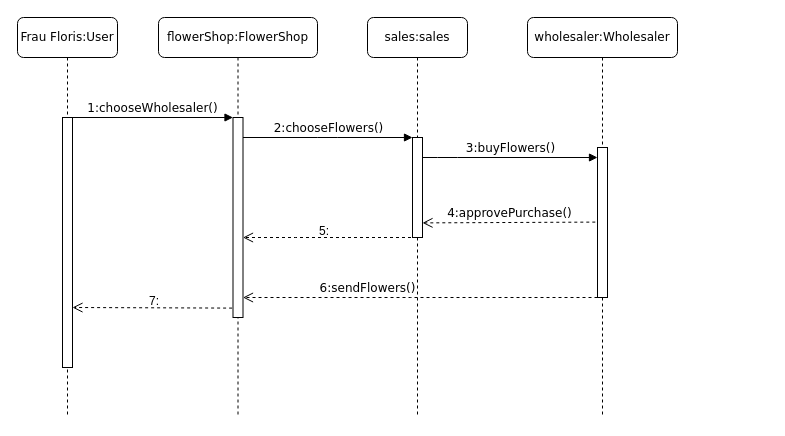
Before: src/main/asciidoc/models/analysis/sequencediagram101.drawio in mrEkso/Flower-Shop-Management-System, a draw.io diagram. Source tidied: cells renumbered, new cells numbered last; positions are measured from the earlier drawing's top-left corner, leaving out a move shared by most shapes. Both pictures are drawn from the tidied source at 100%, with x=0, y=0 at pixel (17, 17).
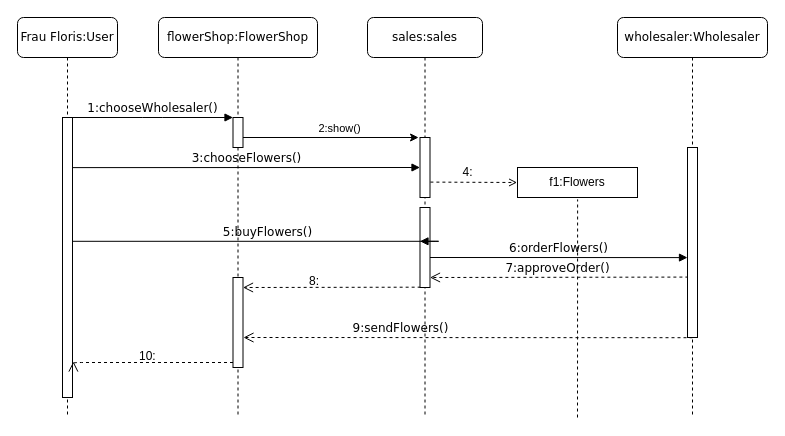
Above is the later version.

Unchanged cells that the change refers to:
```xml
<mxCell id="2" value="flowerShop:FlowerShop" style="shape=umlLifeline;perimeter=lifelinePerimeter;whiteSpace=wrap;html=1;rounded=1;shadow=0;comic=0;labelBackgroundColor=none;strokeWidth=1;fontFamily=Verdana;fontSize=12;align=center;" parent="1" vertex="1">
  <mxGeometry x="141" width="159" height="400" as="geometry" />
</mxCell>
<mxCell id="12" value="Frau Floris:User" style="shape=umlLifeline;perimeter=lifelinePerimeter;whiteSpace=wrap;html=1;rounded=1;shadow=0;comic=0;labelBackgroundColor=none;strokeWidth=1;fontFamily=Verdana;fontSize=12;align=center;" parent="1" vertex="1">
  <mxGeometry width="100" height="400" as="geometry" />
</mxCell>
```

What changed in the source:
```diff
@@
     <mxCell id="3" style="html=1;points=[];perimeter=orthogonalPerimeter;rounded=0;shadow=0;comic=0;labelBackgroundColor=none;strokeWidth=1;fontFamily=Verdana;fontSize=12;align=center;" parent="2" vertex="1">
-      <mxGeometry x="74.5" y="100" width="10" height="200" as="geometry" />
+      <mxGeometry x="74.5" y="100" width="10" height="30" as="geometry" />
     </mxCell>
+    <mxCell id="5" value="10:" style="text;whiteSpace=wrap;html=1;" parent="2" vertex="1">
+      <mxGeometry x="-21" y="325" width="140" height="40" as="geometry" />
+    </mxCell>
+    <mxCell id="19" style="html=1;perimeter=orthogonalPerimeter;rounded=0;shadow=0;comic=0;labelBackgroundColor=none;strokeWidth=1;fontFamily=Verdana;fontSize=12;align=center;" parent="2" vertex="1">
+      <mxGeometry x="74.5" y="260" width="10" height="90" as="geometry" />
+    </mxCell>
+    <mxCell id="20" style="endArrow=classic;html=1;rounded=0;entryX=-0.143;entryY=0;entryDx=0;entryDy=0;entryPerimeter=0;" parent="2" edge="1" target="7">
+      <mxGeometry relative="1" as="geometry">
+        <mxPoint x="84.5" y="120" as="sourcePoint" />
+      </mxGeometry>
+    </mxCell>
+    <mxCell id="21" value="2:show()" style="edgeLabel;html=1;align=center;verticalAlign=middle;" parent="20" vertex="1">
+      <mxGeometry x="0.09" relative="1" as="geometry">
+        <mxPoint y="-10" as="offset" />
+      </mxGeometry>
+    </mxCell>
-    <mxCell id="4" style="html=1;verticalAlign=bottom;endArrow=open;dashed=1;endSize=8;labelBackgroundColor=none;fontFamily=Verdana;fontSize=12;edgeStyle=elbowEdgeStyle;elbow=vertical;" parent="2" edge="1" source="6">
+    <mxCell id="4" style="html=1;verticalAlign=bottom;endArrow=open;dashed=1;endSize=8;labelBackgroundColor=none;fontFamily=Verdana;fontSize=12;edgeStyle=elbowEdgeStyle;elbow=vertical;entryX=1.45;entryY=0.111;entryDx=0;entryDy=0;entryPerimeter=0;exitX=0.065;exitY=0.996;exitDx=0;exitDy=0;exitPerimeter=0;" parent="2" edge="1" source="23">
       <mxGeometry relative="1" as="geometry">
-        <mxPoint x="84.5" y="220" as="targetPoint" />
+        <mxPoint x="84.5" y="270" as="targetPoint" />
+        <Array as="points">
+          <mxPoint x="209" y="270" />
+        </Array>
       </mxGeometry>
     </mxCell>
-    <mxCell id="5" value="7:" style="text;whiteSpace=wrap;html=1;" parent="2" vertex="1">
-      <mxGeometry x="-11" y="270" width="140" height="40" as="geometry" />
-    </mxCell>
     <mxCell id="6" value="sales:sales" style="shape=umlLifeline;perimeter=lifelinePerimeter;whiteSpace=wrap;html=1;outlineConnect=0;rounded=1;shadow=0;comic=0;labelBackgroundColor=none;strokeWidth=1;fontFamily=Verdana;fontSize=12;align=center;" parent="1" vertex="1">
-      <mxGeometry x="350" width="100" height="400" as="geometry" />
+      <mxGeometry x="350" width="115" height="400" as="geometry" />
     </mxCell>
     <mxCell id="7" style="html=1;points=[];perimeter=orthogonalPerimeter;rounded=0;shadow=0;comic=0;labelBackgroundColor=none;strokeWidth=1;fontFamily=Verdana;fontSize=12;align=center;" parent="6" vertex="1">
-      <mxGeometry x="45" y="120" width="10" height="100" as="geometry" />
+      <mxGeometry x="52.5" y="120" width="10" height="60" as="geometry" />
     </mxCell>
+    <mxCell id="22" value="4:" style="text;html=1;align=center;verticalAlign=middle;strokeColor=none;fillColor=none;" parent="6" vertex="1">
+      <mxGeometry x="85" y="140" width="30" height="30" as="geometry" />
+    </mxCell>
-    <mxCell id="8" value="4:approvePurchase()" style="html=1;verticalAlign=bottom;endArrow=open;dashed=1;endSize=8;labelBackgroundColor=none;fontFamily=Verdana;fontSize=12;edgeStyle=elbowEdgeStyle;elbow=vertical;exitX=-0.181;exitY=0.829;exitDx=0;exitDy=0;exitPerimeter=0;" parent="6" edge="1">
-      <mxGeometry relative="1" as="geometry">
-        <mxPoint x="227.8" y="204.6" as="sourcePoint" />
-        <mxPoint x="55" y="205.4" as="targetPoint" />
+    <mxCell id="8" value="7:approveOrder()" style="html=1;verticalAlign=bottom;endArrow=open;dashed=1;endSize=8;labelBackgroundColor=none;fontFamily=Verdana;fontSize=12;edgeStyle=elbowEdgeStyle;elbow=vertical;exitX=0.089;exitY=0.682;exitDx=0;exitDy=0;exitPerimeter=0;" parent="6" edge="1" source="10">
+      <mxGeometry x="0.01" relative="1" as="geometry">
+        <mxPoint x="62.5" y="260" as="targetPoint" />
         <Array as="points">
-          <mxPoint x="54.6" y="205.4" />
+          <mxPoint x="62.1" y="260" />
         </Array>
       </mxGeometry>
     </mxCell>
+    <mxCell id="23" style="html=1;points=[];perimeter=orthogonalPerimeter;rounded=0;shadow=0;comic=0;labelBackgroundColor=none;strokeWidth=1;fontFamily=Verdana;fontSize=12;align=center;" parent="6" vertex="1">
+      <mxGeometry x="52.5" y="190" width="10" height="80" as="geometry" />
+    </mxCell>
+    <mxCell id="14" value="5:buyFlowers()" style="html=1;verticalAlign=bottom;endArrow=block;labelBackgroundColor=none;fontFamily=Verdana;fontSize=12;edgeStyle=elbowEdgeStyle;elbow=vertical;exitX=1.054;exitY=0.442;exitDx=0;exitDy=0;exitPerimeter=0;" parent="6" edge="1">
+      <mxGeometry relative="1" as="geometry">
+        <mxPoint x="-299" y="223.8" as="sourcePoint" />
+        <mxPoint x="52.5" y="223.8" as="targetPoint" />
+        <Array as="points">
+          <mxPoint x="75.5" y="223.8" />
+        </Array>
+      </mxGeometry>
+    </mxCell>
     <mxCell id="9" value="wholesaler:Wholesaler" style="shape=umlLifeline;perimeter=lifelinePerimeter;whiteSpace=wrap;html=1;rounded=1;shadow=0;comic=0;labelBackgroundColor=none;strokeWidth=1;fontFamily=Verdana;fontSize=12;align=center;" parent="1" vertex="1">
-      <mxGeometry x="510" width="150" height="400" as="geometry" />
+      <mxGeometry x="600" width="150" height="400" as="geometry" />
     </mxCell>
     <mxCell id="10" style="html=1;points=[];perimeter=orthogonalPerimeter;rounded=0;shadow=0;comic=0;labelBackgroundColor=none;strokeWidth=1;fontFamily=Verdana;fontSize=12;align=center;" parent="9" vertex="1">
-      <mxGeometry x="70" y="130" width="10" height="150" as="geometry" />
+      <mxGeometry x="70" y="130" width="10" height="190" as="geometry" />
     </mxCell>
-    <mxCell id="11" value="6:sendFlowers()" style="html=1;verticalAlign=bottom;endArrow=open;dashed=1;endSize=8;labelBackgroundColor=none;fontFamily=Verdana;fontSize=12;edgeStyle=elbowEdgeStyle;elbow=vertical;exitX=0;exitY=1;exitDx=0;exitDy=0;exitPerimeter=0;" parent="9" edge="1" source="10">
-      <mxGeometry x="0.3" relative="1" as="geometry">
-        <mxPoint x="-284.5" y="280" as="targetPoint" />
-      </mxGeometry>
-    </mxCell>
+    <mxCell id="24" value="6:orderFlowers()" style="html=1;verticalAlign=bottom;endArrow=block;labelBackgroundColor=none;fontFamily=Verdana;fontSize=12;edgeStyle=elbowEdgeStyle;elbow=vertical;exitX=1.054;exitY=0.442;exitDx=0;exitDy=0;exitPerimeter=0;" parent="9" edge="1">
+      <mxGeometry relative="1" as="geometry">
+        <mxPoint x="-187.5" y="240" as="sourcePoint" />
+        <mxPoint x="70" y="240" as="targetPoint" />
+        <Array as="points">
+          <mxPoint x="187" y="240.1" />
+        </Array>
+      </mxGeometry>
+    </mxCell>
@@
     <mxCell id="13" style="html=1;points=[];perimeter=orthogonalPerimeter;rounded=0;shadow=0;comic=0;labelBackgroundColor=none;strokeWidth=1;fontFamily=Verdana;fontSize=12;align=center;" parent="12" vertex="1">
-      <mxGeometry x="45" y="100" width="10" height="250" as="geometry" />
+      <mxGeometry x="45" y="100" width="10" height="280" as="geometry" />
     </mxCell>
-    <mxCell id="14" value="3:buyFlowers()" style="html=1;verticalAlign=bottom;endArrow=block;labelBackgroundColor=none;fontFamily=Verdana;fontSize=12;edgeStyle=elbowEdgeStyle;elbow=vertical;" parent="1" edge="1" source="7" target="10">
-      <mxGeometry relative="1" as="geometry">
-        <Array as="points">
-          <mxPoint x="430" y="140" />
-        </Array>
-      </mxGeometry>
-    </mxCell>
-    <mxCell id="15" style="html=1;verticalAlign=bottom;endArrow=open;dashed=1;endSize=8;labelBackgroundColor=none;fontFamily=Verdana;fontSize=12;edgeStyle=elbowEdgeStyle;elbow=vertical;exitX=-0.089;exitY=0.953;exitDx=0;exitDy=0;exitPerimeter=0;" parent="1" edge="1" source="3">
-      <mxGeometry relative="1" as="geometry">
-        <mxPoint x="55" y="289.6" as="targetPoint" />
-      </mxGeometry>
-    </mxCell>
@@
-    <mxCell id="17" value="2:chooseFlowers()" style="html=1;verticalAlign=bottom;endArrow=block;entryX=0;entryY=0;labelBackgroundColor=none;fontFamily=Verdana;fontSize=12;edgeStyle=elbowEdgeStyle;elbow=vertical;" parent="1" edge="1" source="3" target="7">
-      <mxGeometry relative="1" as="geometry" />
+    <mxCell id="17" value="3:chooseFlowers()" style="html=1;verticalAlign=bottom;endArrow=block;entryX=0;entryY=0;labelBackgroundColor=none;fontFamily=Verdana;fontSize=12;edgeStyle=elbowEdgeStyle;elbow=vertical;exitX=1.044;exitY=0.179;exitDx=0;exitDy=0;exitPerimeter=0;" parent="1" edge="1" source="13">
+      <mxGeometry relative="1" as="geometry">
+        <mxPoint x="402.5" y="150.1" as="targetPoint" />
+      </mxGeometry>
     </mxCell>
+    <mxCell id="15" style="html=1;verticalAlign=bottom;endArrow=open;dashed=1;endSize=8;labelBackgroundColor=none;fontFamily=Verdana;fontSize=12;edgeStyle=elbowEdgeStyle;elbow=vertical;exitX=-0.089;exitY=0.953;exitDx=0;exitDy=0;exitPerimeter=0;" parent="1" edge="1">
+      <mxGeometry relative="1" as="geometry">
+        <mxPoint x="215.5" y="345" as="sourcePoint" />
+        <mxPoint x="55.9" y="344" as="targetPoint" />
+      </mxGeometry>
+    </mxCell>
+    <mxCell id="25" value="f1:Flowers" style="rounded=0;whiteSpace=wrap;html=1;" parent="1" vertex="1">
+      <mxGeometry x="500" y="150" width="120" height="30" as="geometry" />
+    </mxCell>
+    <mxCell id="26" style="endArrow=open;html=1;rounded=0;entryX=0;entryY=0.5;entryDx=0;entryDy=0;dashed=1;endFill=0;exitX=1.039;exitY=0.216;exitDx=0;exitDy=0;exitPerimeter=0;" parent="1" edge="1">
+      <mxGeometry relative="1" as="geometry">
+        <mxPoint x="412.9" y="164.6" as="sourcePoint" />
+        <mxPoint x="499.6" y="165" as="targetPoint" />
+      </mxGeometry>
+    </mxCell>
+    <mxCell id="27" style="endArrow=none;dashed=1;html=1;rounded=0;entryX=0.501;entryY=1.063;entryDx=0;entryDy=0;entryPerimeter=0;" parent="1" edge="1" target="25">
+      <mxGeometry relative="1" as="geometry">
+        <mxPoint x="560" y="400" as="sourcePoint" />
+      </mxGeometry>
+    </mxCell>
-    <mxCell id="18" value="5:" style="text;whiteSpace=wrap;html=1;" parent="1" vertex="1">
-      <mxGeometry x="300" y="200" width="140" height="40" as="geometry" />
+    <mxCell id="18" value="8:" style="text;whiteSpace=wrap;html=1;" parent="1" vertex="1">
+      <mxGeometry x="290" y="250" width="30" height="40" as="geometry" />
     </mxCell>
+    <mxCell id="11" value="9:sendFlowers()" style="html=1;verticalAlign=bottom;endArrow=open;dashed=1;endSize=8;labelBackgroundColor=none;fontFamily=Verdana;fontSize=12;edgeStyle=elbowEdgeStyle;elbow=vertical;" parent="1" edge="1">
+      <mxGeometry x="0.3" relative="1" as="geometry">
+        <mxPoint x="675" y="320.2" as="sourcePoint" />
+        <mxPoint x="226" y="320" as="targetPoint" />
+      </mxGeometry>
+    </mxCell>
```
